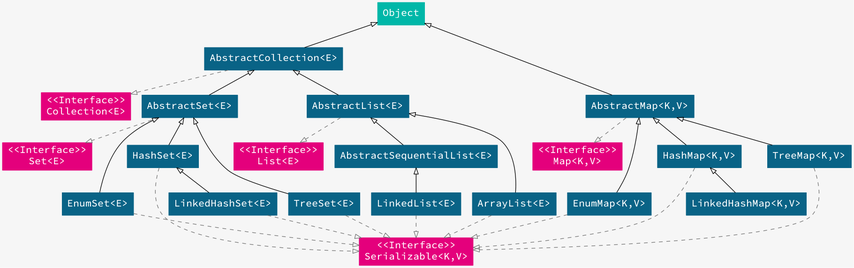
Above: static/image/2019/07/java-collections.png in Jeanhwea/jeanhwea.github.io (Graphviz), before the change. Its source is kept beside it as static/image/2019/07/java-collections.dot.
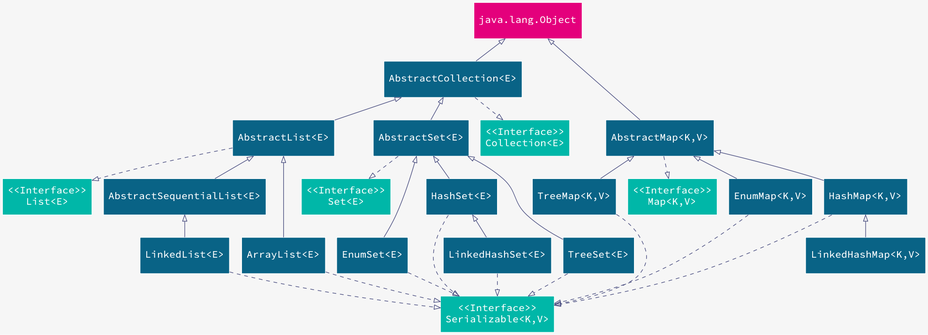
The same file after the commit.

The edit, as a diff of the source:
```diff
@@ -1,19 +1,31 @@
 digraph javaCollection {
   bgcolor="#f6f6f6"
-  node[style=filled; shape="box"; fontname="Source Code Pro"; fontsize=16 fontcolor="#ffffff"];
+  node [
+    shape=box;
+    style="filled";
+    fontname="Source Code Pro";
+    fontsize=16;
+    color="#ffffff";
+    fontcolor="#ffffff";
+    height=0.8;
+  ];
 
-  node[color="#00b7a8"];
-  object[label="Object"];
+  edge [
+    color="#484c7f"
+  ];
 
-  node[color="#e4007c"];
-  collection[label="\<\<Interface\>\>\nCollection\<E\>"];
+  node [fillcolor="#e4007c"];
+  object [label="java.lang.Object"];
+
+  node [fillcolor="#00b7a8"];
+  collection [label="\<\<Interface\>\>\nCollection\<E\>"];
   set [label="\<\<Interface\>\>\nSet\<E\>"];
   list [label="\<\<Interface\>\>\nList\<E\>"];
   map [label="\<\<Interface\>\>\nMap\<K,V\>"];
   serializable [label="\<\<Interface\>\>\nSerializable\<K,V\>"];
 
-  node[color="#096386"];
-  abstract_collection[label="AbstractCollection\<E\>"];
+  node [fillcolor="#096386"];
+  abstract_collection [label="AbstractCollection\<E\>"];
   {
     rank=same;
     abstract_set; abstract_list; abstract_map;
@@ -36,7 +48,7 @@
   tree_map [label="TreeMap\<K,V\>"];
   linked_hash_map [label="LinkedHashMap\<K,V\>"];
 
-  edge[dir=back; arrowtail=empty; color="#000000"];
+  edge [dir=back; arrowtail=empty;];
   object -> {abstract_collection, abstract_map};
   abstract_collection -> {abstract_list, abstract_set};
   abstract_set -> {enum_set, hash_set, tree_set};
@@ -46,12 +58,7 @@
   abstract_map -> {enum_map, hash_map, tree_map};
   hash_map -> linked_hash_map;
 
-  edge[
-    style=dashed;
-    dir=forward;
-    arrowhead=empty;
-    color="#777777"
-  ];
+  edge [style=dashed; dir=forward; arrowhead=empty;];
   abstract_collection -> collection;
   abstract_set -> set;
   abstract_list -> list;
@@ -66,5 +73,15 @@
     enum_map,
     hash_map,
     tree_map
-  } -> serializable;
-};
+ } -> serializable;
+
+ edge [style=invis];
+ {
+   abstract_list -> abstract_set -> abstract_map;
+   list -> set -> map;
+ }
+ {
+   rank=same;
+   list; set; map;
+ }
+}
```
